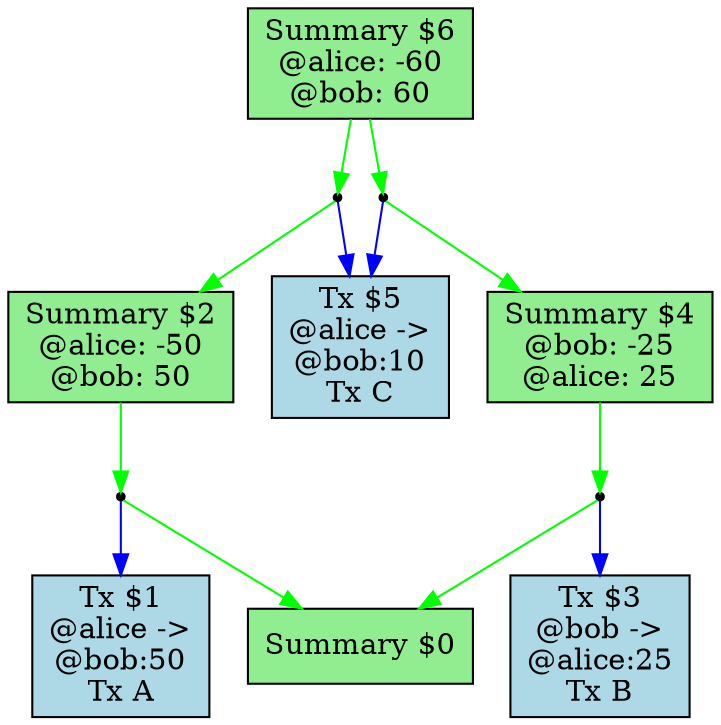
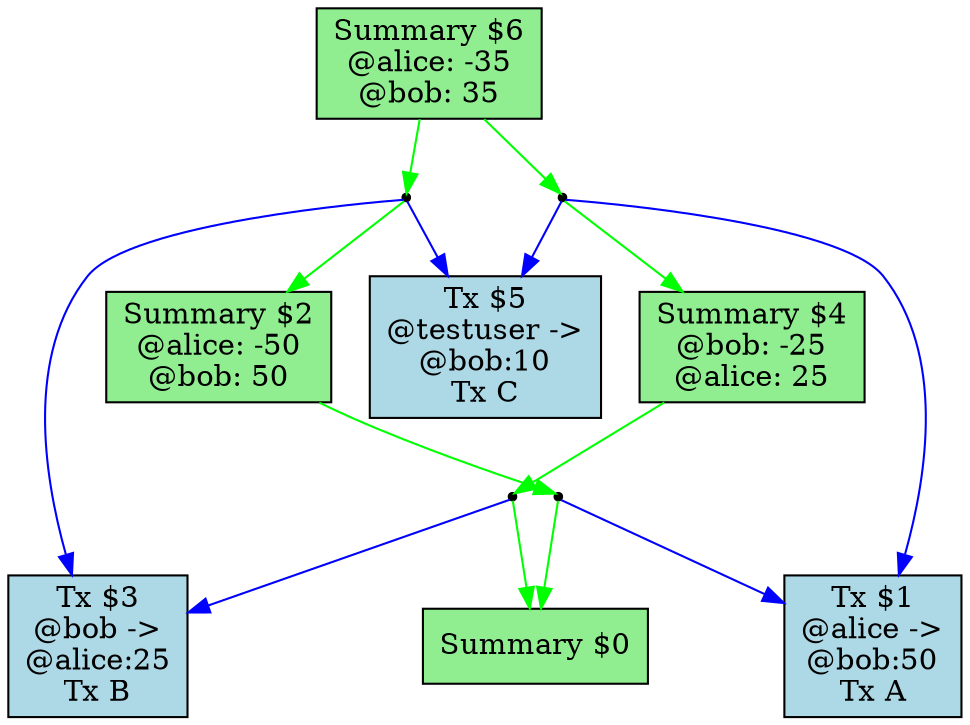
digraph G {
  node [shape=box];
  "$1" [label="Tx $1\n@alice ->\n@bob:50\nTx A", style=filled, fillcolor=lightblue];
  "$3" [label="Tx $3\n@bob ->\n@alice:25\nTx B", style=filled, fillcolor=lightblue];
-   "$5" [label="Tx $5\n@alice ->\n@bob:10\nTx C", style=filled, fillcolor=lightblue];
+   "$5" [label="Tx $5\n@testuser ->\n@bob:10\nTx C", style=filled, fillcolor=lightblue];
  "$0" [label="Summary $0\n", style=filled, fillcolor=lightgreen];
  "$2" [label="Summary $2\n@alice: -50\n@bob: 50", style=filled, fillcolor=lightgreen];
  "ind_$2_$0" [shape=point];
  "$2" -> "ind_$2_$0" [color=green];
  "ind_$2_$0" -> "$0" [color=green];
  "ind_$2_$0" -> "$1" [color=blue];
  "$4" [label="Summary $4\n@bob: -25\n@alice: 25", style=filled, fillcolor=lightgreen];
  "ind_$4_$0" [shape=point];
  "$4" -> "ind_$4_$0" [color=green];
  "ind_$4_$0" -> "$0" [color=green];
  "ind_$4_$0" -> "$3" [color=blue];
-   "$6" [label="Summary $6\n@alice: -60\n@bob: 60", style=filled, fillcolor=lightgreen];
+   "$6" [label="Summary $6\n@alice: -35\n@bob: 35", style=filled, fillcolor=lightgreen];
  "ind_$6_$2" [shape=point];
  "$6" -> "ind_$6_$2" [color=green];
  "ind_$6_$2" -> "$2" [color=green];
+   "ind_$6_$2" -> "$3" [color=blue];
  "ind_$6_$2" -> "$5" [color=blue];
  "ind_$6_$4" [shape=point];
  "$6" -> "ind_$6_$4" [color=green];
  "ind_$6_$4" -> "$4" [color=green];
+   "ind_$6_$4" -> "$1" [color=blue];
  "ind_$6_$4" -> "$5" [color=blue];
}
